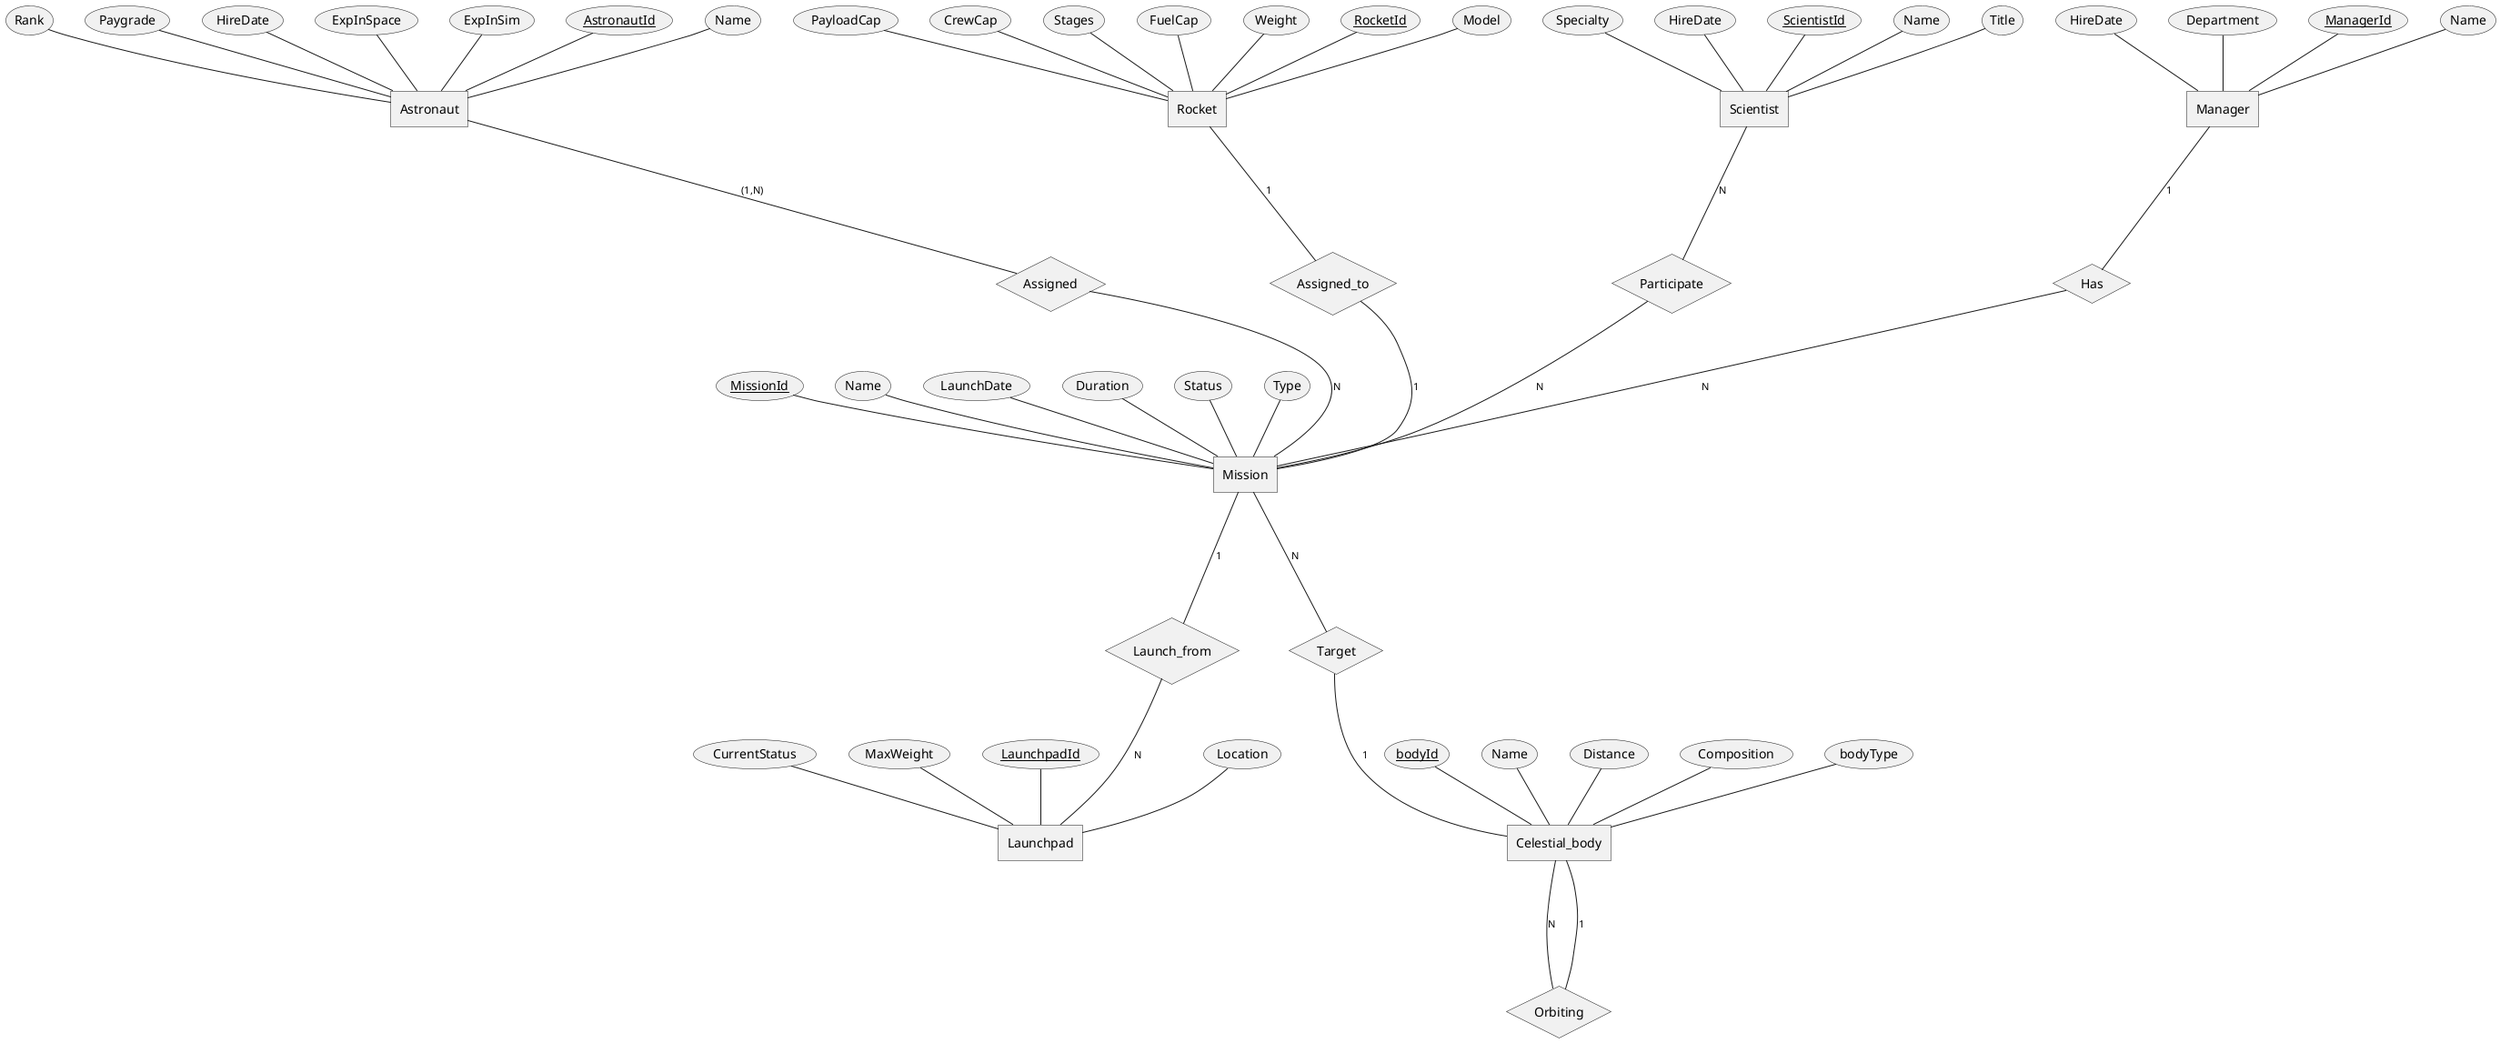
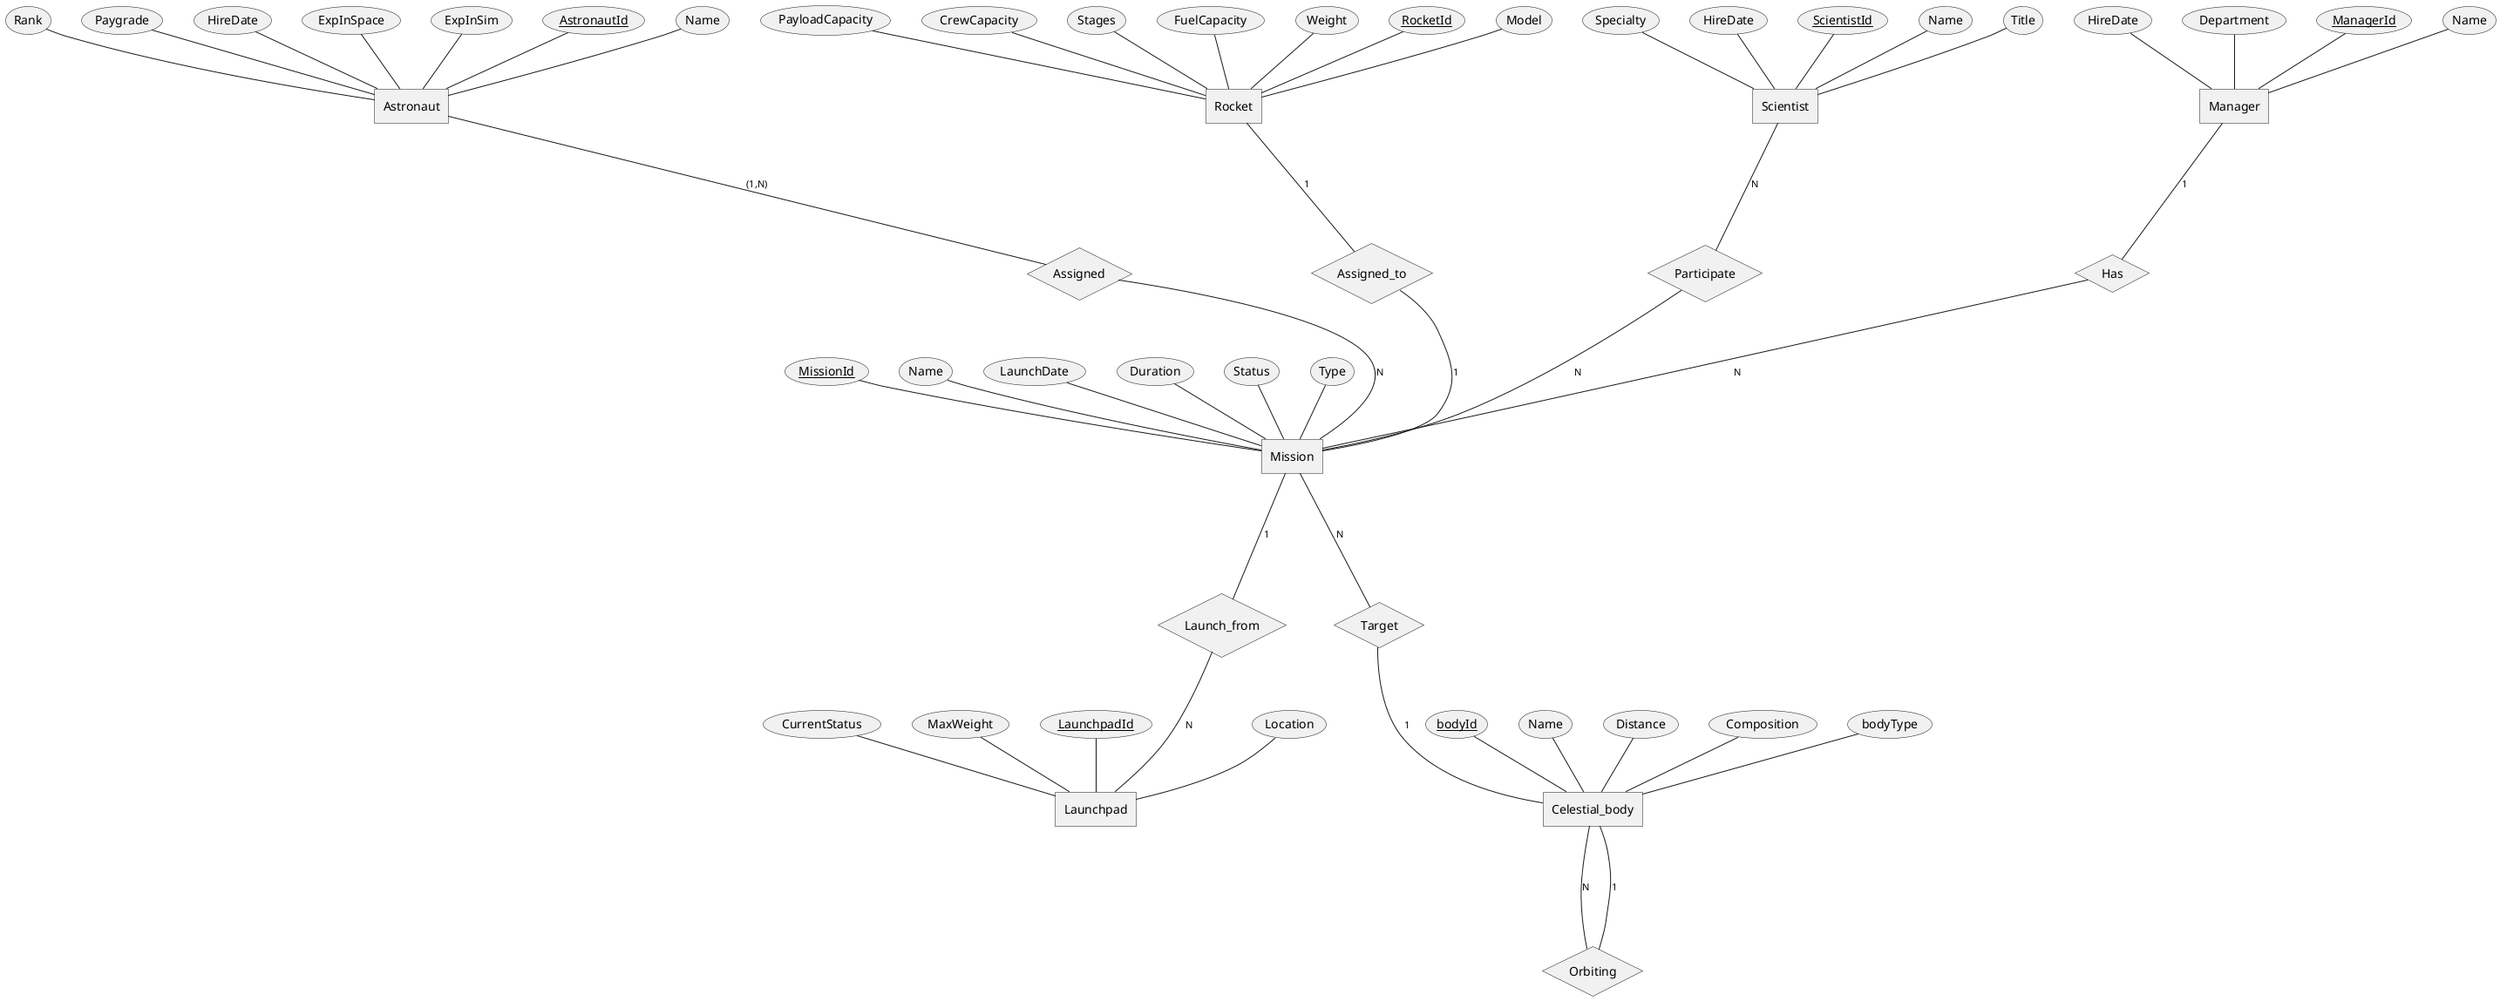
﻿@startchen
entity Manager {
    Department
    ManagerId <<key>>
    Name
    HireDate
}

entity Mission {
    MissionId <<key>>
    Name
    LaunchDate
    Duration
    Status
    Type
}

entity Launchpad{
    LaunchpadId <<key>>
    Location
    CurrentStatus
    MaxWeight
}

entity Astronaut{
    AstronautId <<key>>
    Name
    Rank
    Paygrade
    HireDate
    ExpInSpace
    ExpInSim
}

entity Scientist {
    ScientistId <<key>>
    Name
    Title
    Specialty
    HireDate
}

entity Rocket{
    RocketId <<key>>
    Model
-     PayloadCap
-     CrewCap
+     PayloadCapacity
+     CrewCapacity
    Stages
-     FuelCap
+     FuelCapacity
    Weight
}

entity Celestial_body{
    bodyId <<key>>
    Name
    Distance
    Composition
    bodyType
}


relationship Launch_from{
}
relationship Has{
}
relationship Assigned{
}
relationship Assigned_to{
}
relationship Participate{
}
relationship Target{
}
relationship Orbiting{
}



Mission -1- Launch_from
Launch_from -N- Launchpad

Manager -1- Has
Has -N- Mission

Astronaut -(1,N)- Assigned
Assigned -N- Mission

Scientist -N- Participate
Participate -N- Mission

Rocket -1- Assigned_to
Assigned_to -1- Mission

Mission -N- Target
Target -1- Celestial_body

Celestial_body -N- Orbiting
Orbiting -1- Celestial_body








@endchen
